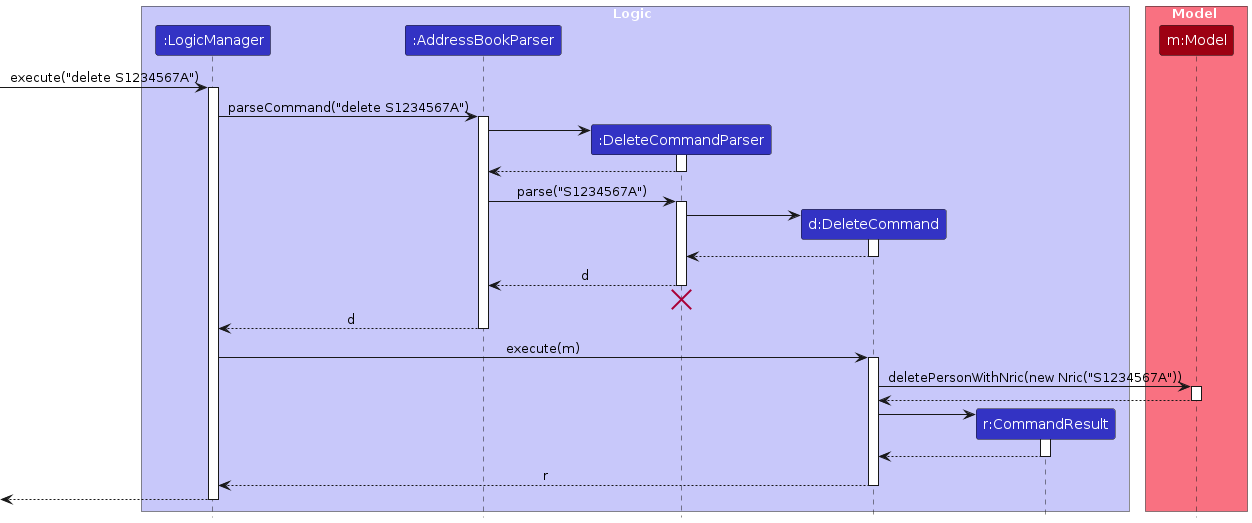
AY2324S2-CS2103T-F10-3/tp keeps this PlantUML diagram as diagrams/DeleteSequenceDiagram.png. Above is the earlier version. Its source is kept beside it as diagrams/DeleteSequenceDiagram.puml.
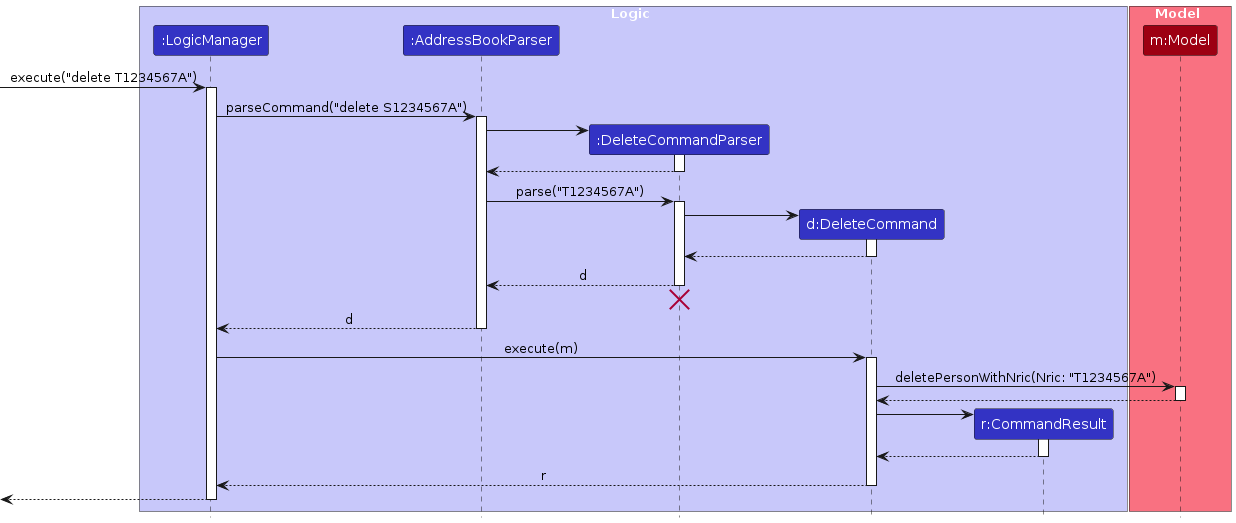
After the change.

Diff of the diagram source:
```diff
@@ -14,7 +14,7 @@
 participant "m:Model" as Model MODEL_COLOR
 end box
 
-[-> LogicManager : execute("delete S1234567A")
+[-> LogicManager : execute("delete T1234567A")
 activate LogicManager
 
 LogicManager -> AddressBookParser : parseCommand("delete S1234567A")
@@ -27,7 +27,7 @@
 DeleteCommandParser --> AddressBookParser
 deactivate DeleteCommandParser
 
-AddressBookParser -> DeleteCommandParser : parse("S1234567A")
+AddressBookParser -> DeleteCommandParser : parse("T1234567A")
 activate DeleteCommandParser
 
 create DeleteCommand
@@ -48,7 +48,7 @@
 LogicManager -> DeleteCommand : execute(m)
 activate DeleteCommand
 
-DeleteCommand -> Model : deletePersonWithNric(new Nric("S1234567A"))
+DeleteCommand -> Model : deletePersonWithNric(Nric: "T1234567A")
 activate Model
 
 Model --> DeleteCommand
```
